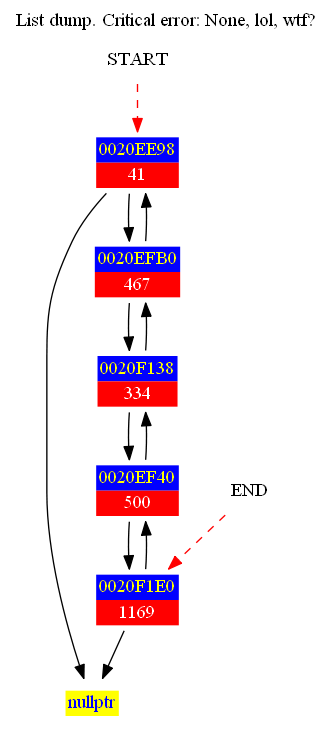
Above: Unbreakable List/graph.dot.gd.cairo.png in ioannco/lsp-interpreter (Graphviz), before the change. Its source is kept beside it as Unbreakable List/graph.dot.
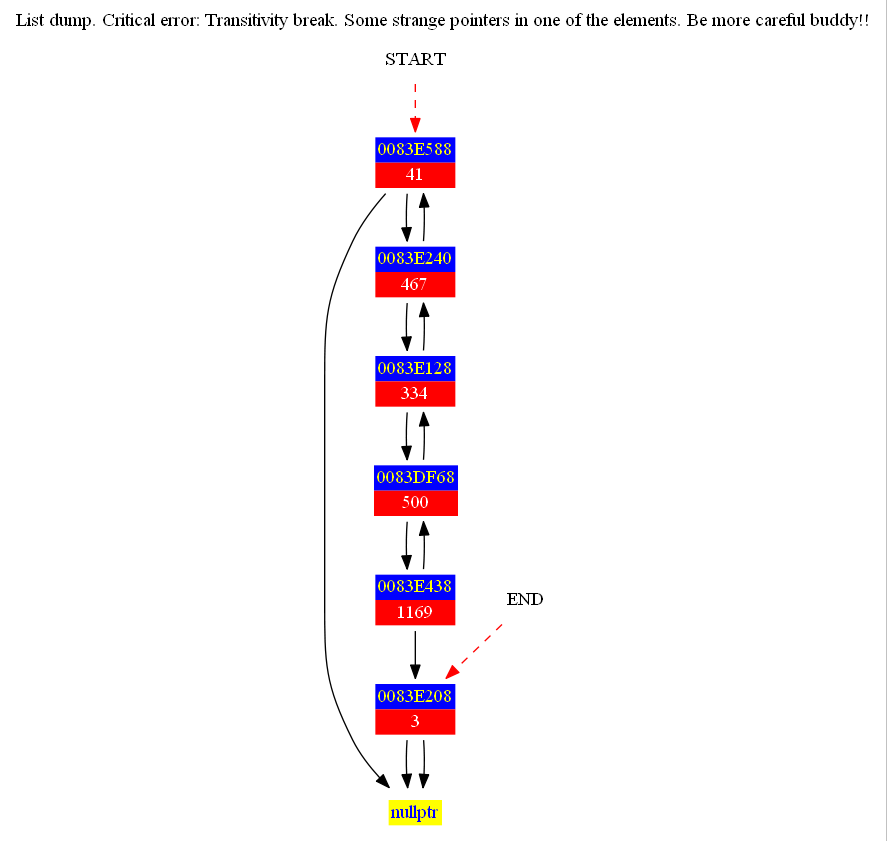
Later version of the same file.

Change to the diagram source:
```diff
@@ -1,31 +1,35 @@
 digraph D {
-	label = "List dump. Critical error: None, lol, wtf?";
+	label = "List dump. Critical error: Transitivity break. Some strange pointers in one of the elements. Be more careful buddy!!";
 	labelloc = "t";
 	START [shape=plaintext label="START"];
 	END [shape=plaintext label="END"];
-	START -> nd_0020EE98 [style=dashed color=red];
-	END -> nd_0020F1E0  [style=dashed color=red];
+	START -> nd_0083E588 [style=dashed color=red];
+	END -> nd_0083E208  [style=dashed color=red];
 
 	nd_00000000 [shape = plaintext label=<<table border="0" cellborder="0" cellspacing="0"><tr><td bgcolor="yellow"><font color="blue">nullptr</font></td></tr></table>>];
 
-	nd_0020EE98 [shape = plaintext label=<<table border="0" cellborder="0" cellspacing="0"><tr><td bgcolor="blue"><font color="yellow">0020EE98</font></td></tr><tr><td bgcolor="red"><font color="white">41</font></td></tr></table>>];
-	nd_0020EE98->nd_00000000;
-	nd_0020EE98->nd_0020EFB0;
+	nd_0083E588 [shape = plaintext label=<<table border="0" cellborder="0" cellspacing="0"><tr><td bgcolor="blue"><font color="yellow">0083E588</font></td></tr><tr><td bgcolor="red"><font color="white">41</font></td></tr></table>>];
+	nd_0083E588->nd_00000000;
+	nd_0083E588->nd_0083E240;
 
-	nd_0020EFB0 [shape = plaintext label=<<table border="0" cellborder="0" cellspacing="0"><tr><td bgcolor="blue"><font color="yellow">0020EFB0</font></td></tr><tr><td bgcolor="red"><font color="white">467</font></td></tr></table>>];
-	nd_0020EFB0->nd_0020EE98;
-	nd_0020EFB0->nd_0020F138;
+	nd_0083E240 [shape = plaintext label=<<table border="0" cellborder="0" cellspacing="0"><tr><td bgcolor="blue"><font color="yellow">0083E240</font></td></tr><tr><td bgcolor="red"><font color="white">467</font></td></tr></table>>];
+	nd_0083E240->nd_0083E588;
+	nd_0083E240->nd_0083E128;
 
-	nd_0020F138 [shape = plaintext label=<<table border="0" cellborder="0" cellspacing="0"><tr><td bgcolor="blue"><font color="yellow">0020F138</font></td></tr><tr><td bgcolor="red"><font color="white">334</font></td></tr></table>>];
-	nd_0020F138->nd_0020EFB0;
-	nd_0020F138->nd_0020EF40;
+	nd_0083E128 [shape = plaintext label=<<table border="0" cellborder="0" cellspacing="0"><tr><td bgcolor="blue"><font color="yellow">0083E128</font></td></tr><tr><td bgcolor="red"><font color="white">334</font></td></tr></table>>];
+	nd_0083E128->nd_0083E240;
+	nd_0083E128->nd_0083DF68;
 
-	nd_0020EF40 [shape = plaintext label=<<table border="0" cellborder="0" cellspacing="0"><tr><td bgcolor="blue"><font color="yellow">0020EF40</font></td></tr><tr><td bgcolor="red"><font color="white">500</font></td></tr></table>>];
-	nd_0020EF40->nd_0020F138;
-	nd_0020EF40->nd_0020F1E0;
+	nd_0083DF68 [shape = plaintext label=<<table border="0" cellborder="0" cellspacing="0"><tr><td bgcolor="blue"><font color="yellow">0083DF68</font></td></tr><tr><td bgcolor="red"><font color="white">500</font></td></tr></table>>];
+	nd_0083DF68->nd_0083E128;
+	nd_0083DF68->nd_0083E438;
 
-	nd_0020F1E0 [shape = plaintext label=<<table border="0" cellborder="0" cellspacing="0"><tr><td bgcolor="blue"><font color="yellow">0020F1E0</font></td></tr><tr><td bgcolor="red"><font color="white">1169</font></td></tr></table>>];
-	nd_0020F1E0->nd_0020EF40;
-	nd_0020F1E0->nd_00000000;
+	nd_0083E438 [shape = plaintext label=<<table border="0" cellborder="0" cellspacing="0"><tr><td bgcolor="blue"><font color="yellow">0083E438</font></td></tr><tr><td bgcolor="red"><font color="white">1169</font></td></tr></table>>];
+	nd_0083E438->nd_0083DF68;
+	nd_0083E438->nd_0083E208;
+
+	nd_0083E208 [shape = plaintext label=<<table border="0" cellborder="0" cellspacing="0"><tr><td bgcolor="blue"><font color="yellow">0083E208</font></td></tr><tr><td bgcolor="red"><font color="white">3</font></td></tr></table>>];
+	nd_0083E208->nd_00000000;
+	nd_0083E208->nd_00000000;
 
 }
```
